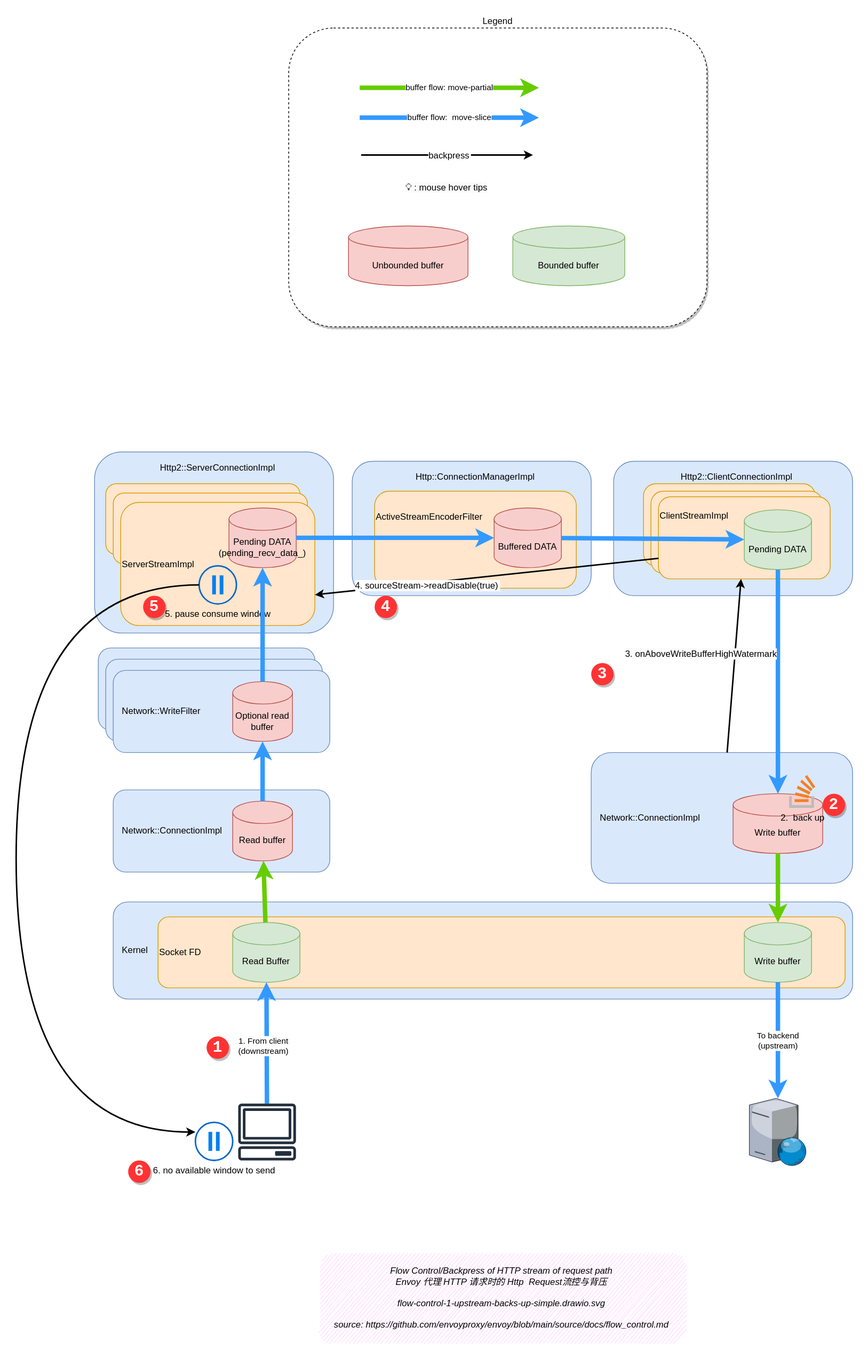
This is docs/source/ch2-envoy/arch/flow-control/flow-control-1-upstream-backs-up-simple.drawio.svg from labilezhu/istio-insider, a draw.io export, as it was before one commit. Source tidied: cells renumbered, new cells last; positions are measured from the earlier drawing's top-left corner, leaving out a move shared by most shapes.
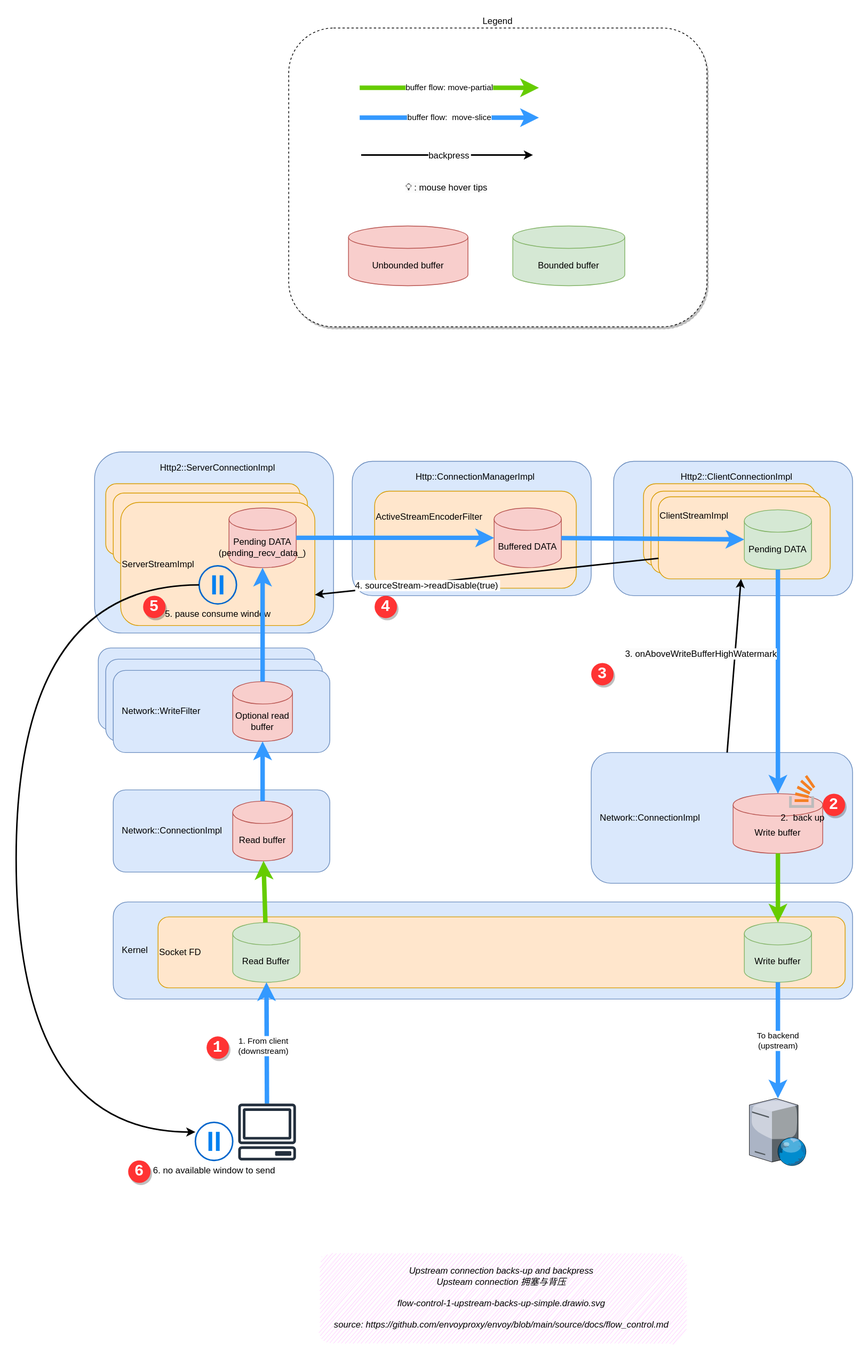
The same file after the commit.

What changed in the source:
```diff
@@ -14,7 +14,7 @@
     <mxCell id="5" value="Ssl::WriteFilter" style="rounded=1;whiteSpace=wrap;html=1;fillColor=#dae8fc;strokeColor=#6c8ebf;align=left;spacingLeft=10;" parent="1" vertex="1">
       <mxGeometry x="120" y="845" width="290" height="110" as="geometry" />
     </mxCell>
-    <object id="6" label="&lt;font style=&quot;&quot;&gt;Flow Control/Backpress of HTTP stream of request path&lt;br&gt;Envoy 代理 HTTP 请求时的 Http&amp;nbsp; Request流控与背压&lt;br&gt;&lt;br&gt;%page%&lt;br&gt;&lt;br&gt;source:&amp;nbsp;&lt;a href=&quot;https://github.com/envoyproxy/envoy/blob/main/source/docs/flow_control.md&quot;&gt;https://github.com/envoyproxy/envoy/blob/main/source/docs/flow_control.md&lt;/a&gt;&lt;br&gt;&lt;/font&gt;" a="b" placeholders="1">
+    <object id="6" label="&lt;font style=&quot;&quot;&gt;Upstream connection backs-up and backpress&lt;br&gt;Upsteam connection 拥塞与背压&lt;br&gt;&lt;br&gt;%page%&lt;br&gt;&lt;br&gt;source:&amp;nbsp;&lt;a href=&quot;https://github.com/envoyproxy/envoy/blob/main/source/docs/flow_control.md&quot;&gt;https://github.com/envoyproxy/envoy/blob/main/source/docs/flow_control.md&lt;/a&gt;&lt;br&gt;&lt;/font&gt;" a="b" placeholders="1">
       <mxCell style="text;html=1;strokeColor=none;fillColor=#FFCCFF;align=center;verticalAlign=middle;whiteSpace=wrap;rounded=1;glass=0;sketch=1;shadow=0;fontStyle=2;fontSize=12;" parent="1" vertex="1">
         <mxGeometry x="405" y="1640" width="490" height="120" as="geometry" />
       </mxCell>
```
